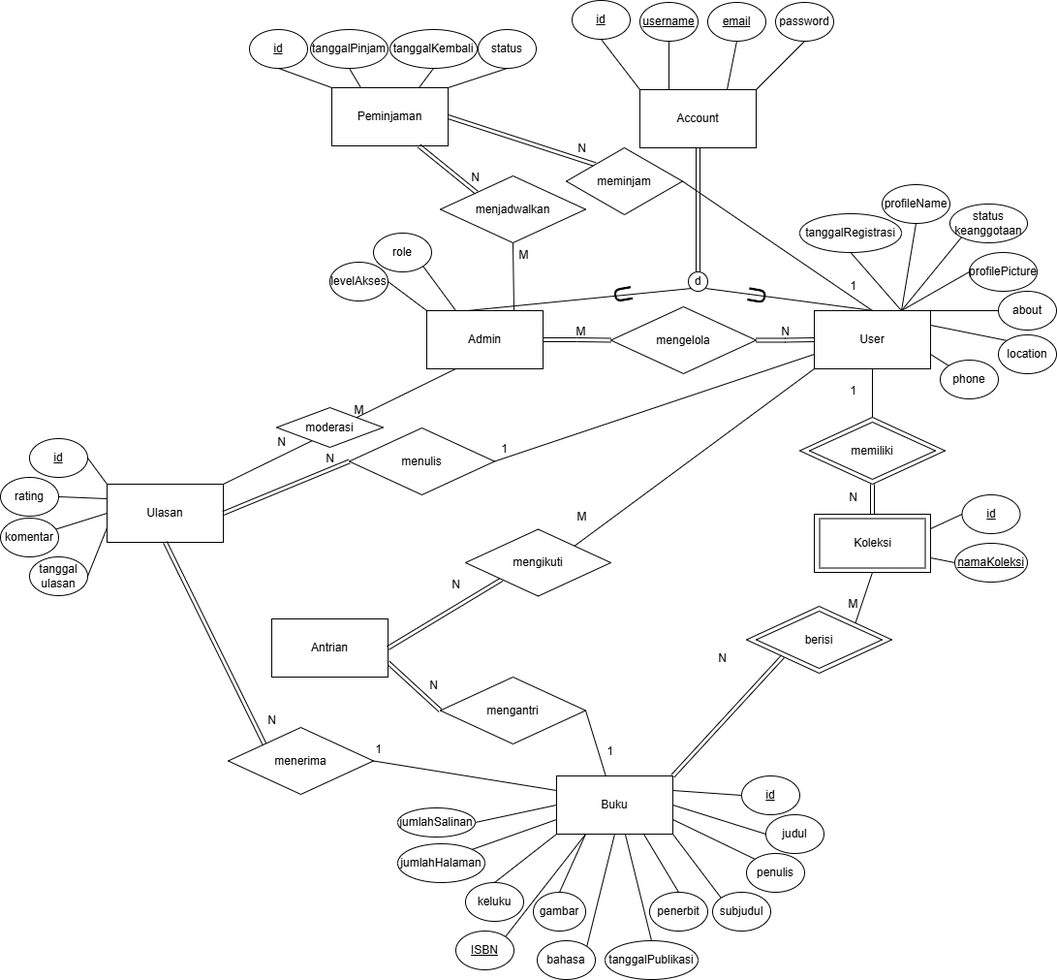
The draw.io diagram erd_pkpl.drawio.png in anthef/anthef, before a commit. Source tidied: cells renumbered, new cells last; positions are measured from the earlier drawing's top-left corner, leaving out a move shared by most shapes.
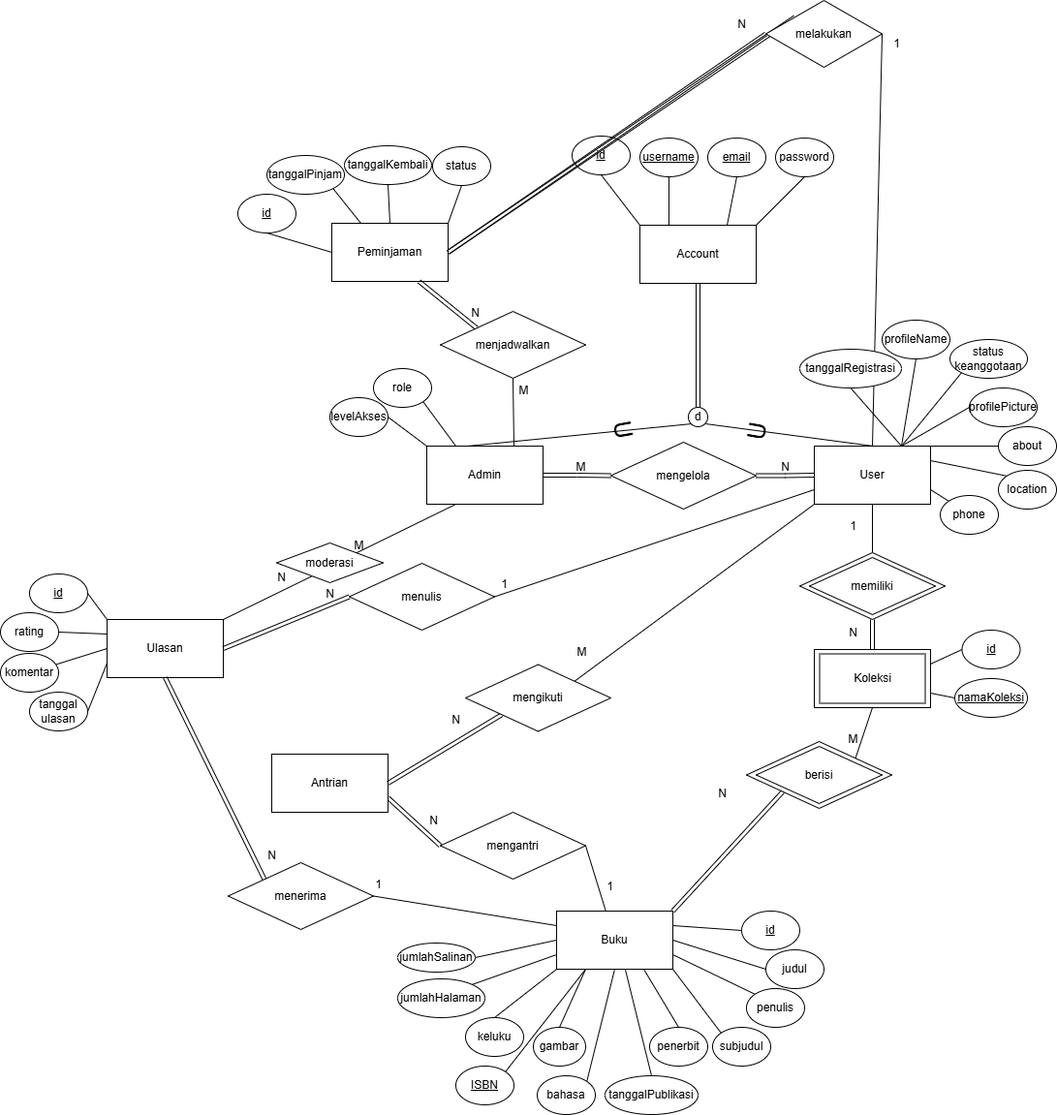
After the commit.

The edit, as a diff of the source:
```diff
@@ -379,29 +379,29 @@
     <mxCell id="125" value="Peminjaman" style="rounded=0;whiteSpace=wrap;html=1;" parent="1" vertex="1">
       <mxGeometry x="342" y="90" width="120" height="60" as="geometry" />
     </mxCell>
-    <mxCell id="126" style="rounded=0;jettySize=auto;html=1;exitX=0.5;exitY=1;exitDx=0;exitDy=0;entryX=0.25;entryY=0;entryDx=0;entryDy=0;endArrow=none;startFill=0;" parent="1" edge="1" source="127" target="125">
+    <mxCell id="126" style="rounded=0;jettySize=auto;html=1;exitX=1;exitY=1;exitDx=0;exitDy=0;entryX=0.25;entryY=0;entryDx=0;entryDy=0;endArrow=none;startFill=0;" parent="1" edge="1" source="127" target="125">
       <mxGeometry relative="1" as="geometry" />
     </mxCell>
     <mxCell id="127" value="tanggalPinjam" style="ellipse;whiteSpace=wrap;html=1;" parent="1" vertex="1">
-      <mxGeometry x="320" y="30" width="80" height="40" as="geometry" />
+      <mxGeometry x="275" y="20" width="80" height="40" as="geometry" />
     </mxCell>
-    <mxCell id="128" style="rounded=0;jettySize=auto;html=1;exitX=0.5;exitY=1;exitDx=0;exitDy=0;entryX=0.75;entryY=0;entryDx=0;entryDy=0;endArrow=none;startFill=0;" parent="1" edge="1" source="129" target="125">
+    <mxCell id="128" style="rounded=0;jettySize=auto;html=1;exitX=0.5;exitY=1;exitDx=0;exitDy=0;entryX=0.5;entryY=0;entryDx=0;entryDy=0;endArrow=none;startFill=0;" parent="1" edge="1" source="129" target="125">
       <mxGeometry relative="1" as="geometry" />
     </mxCell>
     <mxCell id="129" value="tanggalKembali" style="ellipse;whiteSpace=wrap;html=1;" parent="1" vertex="1">
-      <mxGeometry x="402" y="30" width="90" height="40" as="geometry" />
+      <mxGeometry x="355" y="10" width="90" height="40" as="geometry" />
     </mxCell>
     <mxCell id="130" style="rounded=0;jettySize=auto;html=1;exitX=0.5;exitY=1;exitDx=0;exitDy=0;entryX=1;entryY=0;entryDx=0;entryDy=0;endArrow=none;startFill=0;" parent="1" edge="1" source="131" target="125">
       <mxGeometry relative="1" as="geometry" />
     </mxCell>
     <mxCell id="131" value="status" style="ellipse;whiteSpace=wrap;html=1;" parent="1" vertex="1">
-      <mxGeometry x="493" y="30" width="60" height="40" as="geometry" />
+      <mxGeometry x="446" y="11" width="60" height="40" as="geometry" />
     </mxCell>
-    <mxCell id="132" style="rounded=0;jettySize=auto;html=1;exitX=0.5;exitY=1;exitDx=0;exitDy=0;entryX=0;entryY=0;entryDx=0;entryDy=0;endArrow=none;startFill=0;" parent="1" edge="1" source="133" target="125">
+    <mxCell id="132" style="rounded=0;jettySize=auto;html=1;exitX=0.5;exitY=1;exitDx=0;exitDy=0;entryX=0;entryY=0.5;entryDx=0;entryDy=0;endArrow=none;startFill=0;" parent="1" edge="1" source="133" target="125">
       <mxGeometry relative="1" as="geometry" />
     </mxCell>
     <mxCell id="133" value="&lt;u&gt;id&lt;/u&gt;" style="ellipse;whiteSpace=wrap;html=1;" parent="1" vertex="1">
-      <mxGeometry x="257" y="30" width="60" height="40" as="geometry" />
+      <mxGeometry x="245" y="60" width="60" height="40" as="geometry" />
     </mxCell>
     <mxCell id="134" style="rounded=0;jettySize=auto;html=1;exitX=0;exitY=0;exitDx=0;exitDy=0;entryX=0.75;entryY=1;entryDx=0;entryDy=0;shape=link;" parent="1" edge="1" source="135" target="125">
       <mxGeometry relative="1" as="geometry" />
@@ -415,17 +415,20 @@
     <mxCell id="137" value="N" style="text;html=1;align=center;verticalAlign=middle;strokeColor=none;fillColor=none;" parent="1" vertex="1">
       <mxGeometry x="475" y="168" width="30" height="30" as="geometry" />
     </mxCell>
+    <mxCell id="142" style="rounded=0;jettySize=auto;html=1;exitX=0;exitY=0.5;exitDx=0;exitDy=0;entryX=1;entryY=0.5;entryDx=0;entryDy=0;shape=link;" parent="1" edge="1" source="139" target="125">
+      <mxGeometry relative="1" as="geometry" />
+    </mxCell>
     <mxCell id="138" style="rounded=0;jettySize=auto;html=1;exitX=0;exitY=0;exitDx=0;exitDy=0;entryX=1;entryY=0.5;entryDx=0;entryDy=0;shape=link;" parent="1" edge="1" source="139" target="125">
       <mxGeometry relative="1" as="geometry" />
     </mxCell>
-    <mxCell id="139" value="meminjam" style="rhombus;whiteSpace=wrap;html=1;" parent="1" vertex="1">
-      <mxGeometry x="584" y="152" width="120" height="69" as="geometry" />
+    <mxCell id="139" value="melakukan" style="rhombus;whiteSpace=wrap;html=1;" parent="1" vertex="1">
+      <mxGeometry x="790" y="-140" width="120" height="69" as="geometry" />
     </mxCell>
     <mxCell id="140" value="1" style="text;html=1;align=center;verticalAlign=middle;strokeColor=none;fillColor=none;" parent="1" vertex="1">
-      <mxGeometry x="865" y="280" width="30" height="30" as="geometry" />
+      <mxGeometry x="910" y="-110" width="30" height="30" as="geometry" />
     </mxCell>
     <mxCell id="141" value="N" style="text;html=1;align=center;verticalAlign=middle;strokeColor=none;fillColor=none;" parent="1" vertex="1">
-      <mxGeometry x="585" y="138" width="30" height="30" as="geometry" />
+      <mxGeometry x="750" y="-130" width="30" height="30" as="geometry" />
     </mxCell>
   </root>
 </mxGraphModel>
```
